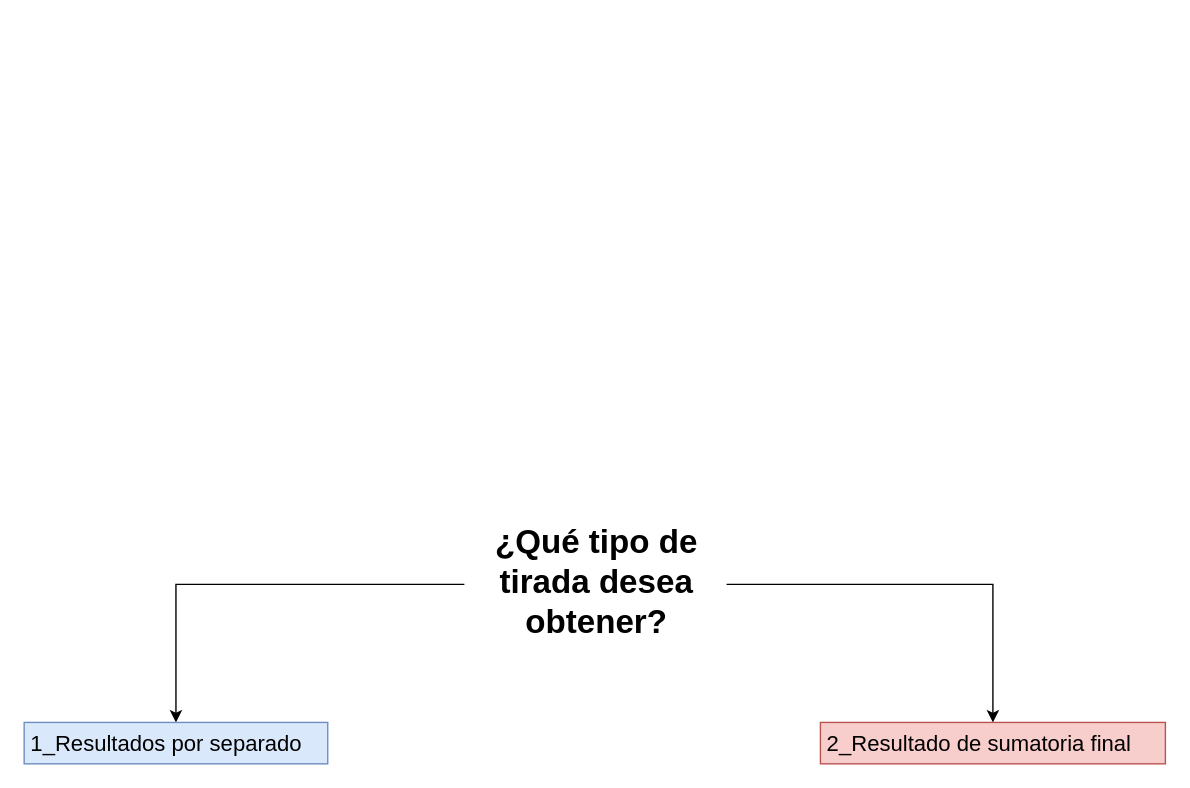
The draw.io diagram Untitled Diagram.drawio in aixairupe/DiagramasRPG, before the edit. Source tidied: cells renumbered, new cells numbered last; positions are measured from the earlier drawing's top-left corner, leaving out a move shared by most shapes. Both pictures are drawn from the tidied source at 138%, with x=0, y=0 at pixel (23, 515).
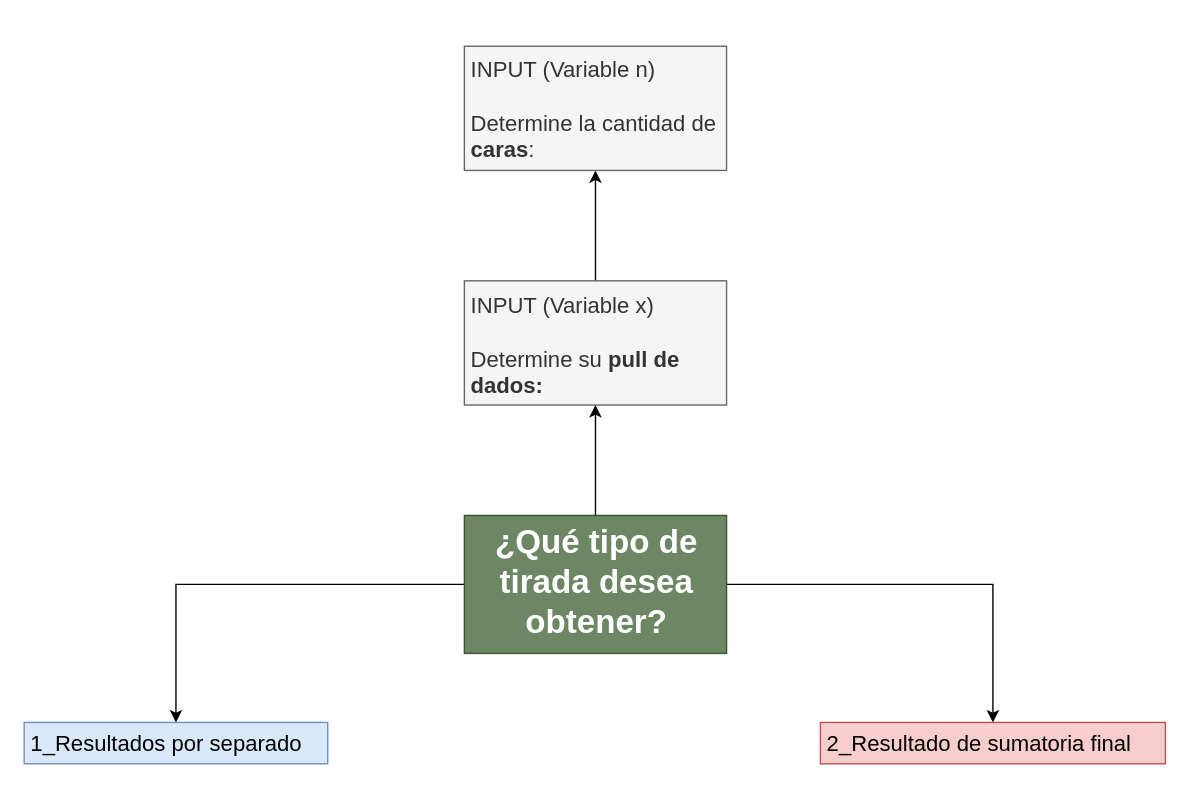
Above is the later version.

Diff of the diagram source:
```diff
@@
 <mxGraphModel>
   <root>
     <mxCell id="0" />
     <mxCell id="1" parent="0" />
     <mxCell id="2" style="edgeStyle=orthogonalEdgeStyle;rounded=0;jettySize=auto;html=1;" parent="1" edge="1" source="4" target="5">
       <mxGeometry relative="1" as="geometry" />
     </mxCell>
     <mxCell id="3" style="edgeStyle=orthogonalEdgeStyle;rounded=0;jettySize=auto;html=1;" parent="1" edge="1" source="4" target="6">
       <mxGeometry relative="1" as="geometry" />
     </mxCell>
+    <mxCell id="7" style="edgeStyle=orthogonalEdgeStyle;rounded=0;jettySize=auto;html=1;fontSize=16;" parent="1" edge="1" source="4" target="9">
+      <mxGeometry relative="1" as="geometry" />
+    </mxCell>
-    <mxCell id="4" value="&lt;h1 align=&quot;center&quot;&gt;¿Qué tipo de tirada desea obtener?&lt;/h1&gt;" style="text;html=1;strokeColor=none;fillColor=none;spacing=5;spacingTop=-20;whiteSpace=wrap;overflow=hidden;rounded=0;" parent="1" vertex="1">
+    <mxCell id="4" value="&lt;h1 align=&quot;center&quot;&gt;¿Qué tipo de tirada desea obtener?&lt;/h1&gt;" style="text;html=1;strokeColor=#3A5431;fillColor=#6d8764;spacing=5;spacingTop=-20;whiteSpace=wrap;overflow=hidden;rounded=0;fontColor=#ffffff;gradientColor=none;" parent="1" vertex="1">
       <mxGeometry x="319" width="190" height="100" as="geometry" />
     </mxCell>
     <mxCell id="5" value="&lt;div align=&quot;center&quot;&gt;&lt;font style=&quot;font-size: 16px&quot;&gt;1_Resultados por separado&lt;/font&gt;&lt;br&gt;&lt;/div&gt;" style="text;html=1;strokeColor=#6c8ebf;fillColor=#dae8fc;spacing=5;spacingTop=-20;whiteSpace=wrap;overflow=hidden;rounded=0;verticalAlign=bottom;horizontal=1;perimeterSpacing=0;strokeWidth=1;" parent="1" vertex="1">
       <mxGeometry y="150" width="220" height="30" as="geometry" />
     </mxCell>
     <mxCell id="6" value="&lt;div style=&quot;font-size: 16px&quot; align=&quot;center&quot;&gt;2_Resultado de sumatoria final&lt;br&gt;&lt;/div&gt;" style="text;html=1;strokeColor=#b85450;fillColor=#f8cecc;spacing=5;spacingTop=-20;whiteSpace=wrap;overflow=hidden;rounded=0;verticalAlign=bottom;" parent="1" vertex="1">
       <mxGeometry x="577" y="150" width="250" height="30" as="geometry" />
     </mxCell>
+    <mxCell id="8" style="edgeStyle=orthogonalEdgeStyle;rounded=0;jettySize=auto;html=1;fontSize=16;" parent="1" edge="1" source="9" target="10">
+      <mxGeometry relative="1" as="geometry" />
+    </mxCell>
+    <mxCell id="9" value="&lt;div&gt;&lt;br&gt;&lt;/div&gt;&lt;div&gt;INPUT (Variable x)&lt;br&gt;&lt;br&gt;Determine su &lt;b&gt;pull de dados:&lt;/b&gt;&lt;/div&gt;" style="text;html=1;spacing=5;spacingTop=-20;whiteSpace=wrap;overflow=hidden;rounded=0;fontSize=16;fillColor=#f5f5f5;fontColor=#333333;strokeColor=#666666;" parent="1" vertex="1">
+      <mxGeometry x="319" y="-170" width="190" height="90" as="geometry" />
+    </mxCell>
+    <mxCell id="10" value="&lt;div&gt;INPUT (Variable n)&lt;br&gt;&lt;/div&gt;&lt;div&gt;&lt;br&gt;&lt;/div&gt;&lt;div&gt;Determine la cantidad de &lt;b&gt;caras&lt;/b&gt;:&lt;/div&gt;" style="text;html=1;spacing=5;spacingTop=-20;whiteSpace=wrap;overflow=hidden;rounded=0;fontSize=16;fillColor=#f5f5f5;fontColor=#333333;strokeColor=#666666;verticalAlign=bottom;" parent="1" vertex="1">
+      <mxGeometry x="319" y="-340" width="190" height="90" as="geometry" />
+    </mxCell>
   </root>
 </mxGraphModel>
```
